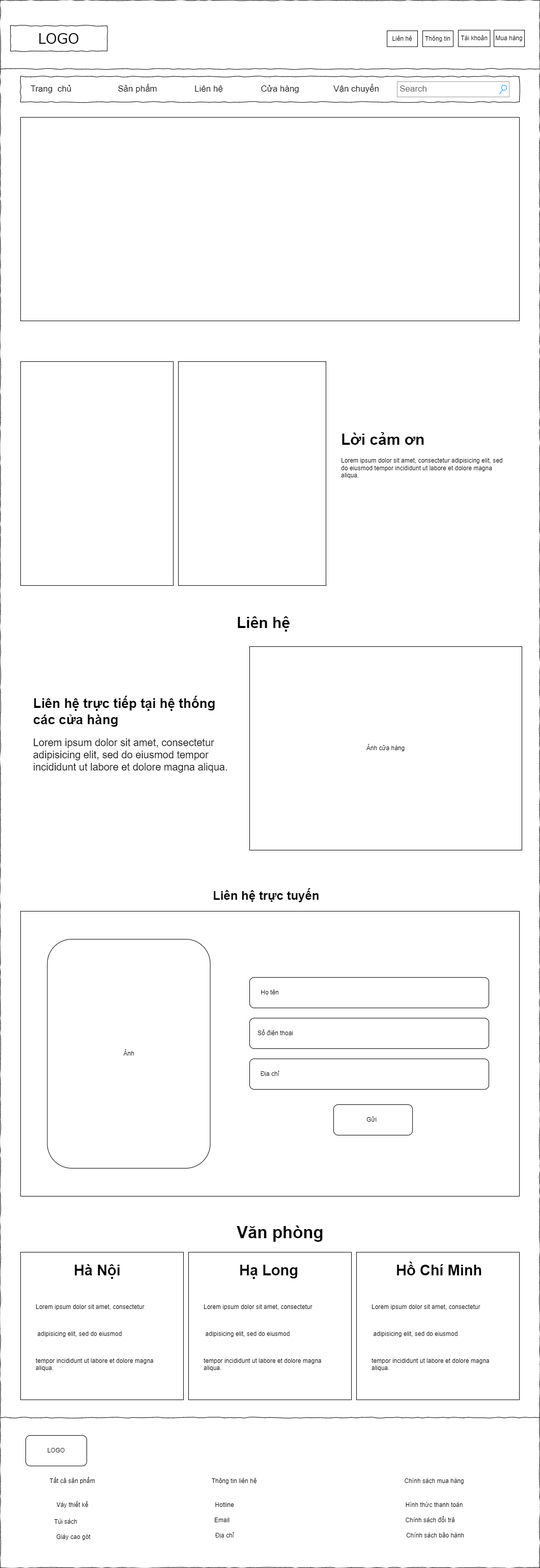
Before: Image/Contect.WEB.png, a diagram exported from draw.io (anhktnph36088/WEB106_anhktn). Source tidied: cells renumbered, new cells last; positions are measured from the earlier drawing's top-left corner, leaving out a move shared by most shapes.
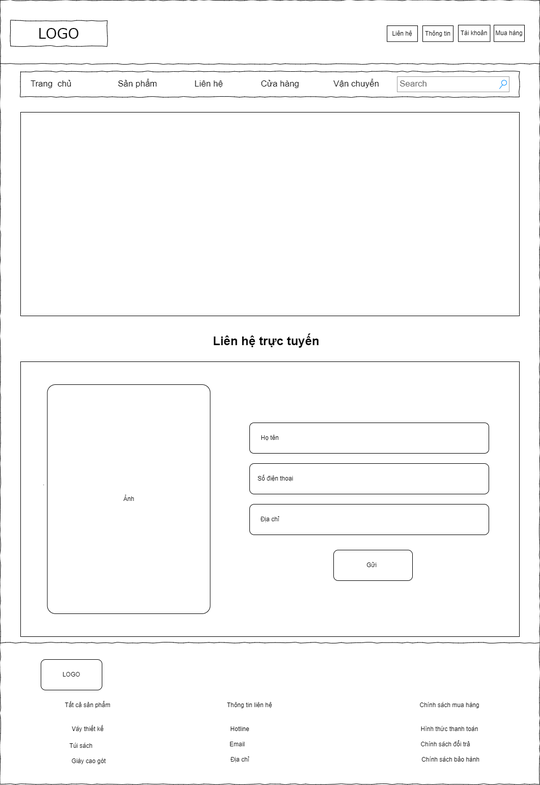
The same diagram one commit later.

Diff of the diagram source:
```diff
@@ -3,7 +3,7 @@
     <mxCell id="0" />
     <mxCell id="1" parent="0" />
     <mxCell id="2" style="whiteSpace=wrap;html=1;rounded=0;shadow=0;labelBackgroundColor=none;strokeColor=#000000;strokeWidth=1;fillColor=none;fontFamily=Verdana;fontSize=12;fontColor=#000000;align=center;comic=1;" parent="1" vertex="1">
-      <mxGeometry width="1060" height="3080" as="geometry" />
+      <mxGeometry y="10" width="1060" height="1540" as="geometry" />
     </mxCell>
     <mxCell id="3" value="LOGO" style="whiteSpace=wrap;html=1;rounded=0;shadow=0;labelBackgroundColor=none;strokeWidth=1;fontFamily=Verdana;fontSize=28;align=center;comic=1;" parent="1" vertex="1">
       <mxGeometry x="20" y="50" width="190" height="50" as="geometry" />
@@ -36,83 +36,38 @@
       <mxGeometry x="40" y="230" width="980" height="400" as="geometry" />
     </mxCell>
     <mxCell id="13" style="line;strokeWidth=1;html=1;rounded=0;shadow=0;labelBackgroundColor=none;fillColor=none;fontFamily=Verdana;fontSize=14;fontColor=#000000;align=center;comic=1;" parent="1" vertex="1">
-      <mxGeometry y="2630" width="1060" height="310" as="geometry" />
+      <mxGeometry y="1117" width="1060" height="310" as="geometry" />
     </mxCell>
-    <mxCell id="14" style="rounded=0;whiteSpace=wrap;html=1;" parent="1" vertex="1">
-      <mxGeometry x="40" y="710" width="300" height="440" as="geometry" />
-    </mxCell>
-    <mxCell id="15" style="rounded=0;whiteSpace=wrap;html=1;" parent="1" vertex="1">
-      <mxGeometry x="350" y="710" width="290" height="440" as="geometry" />
-    </mxCell>
-    <mxCell id="16" value="&lt;h1&gt;&lt;br&gt;&lt;/h1&gt;" style="text;html=1;strokeColor=none;fillColor=none;spacing=5;spacingTop=-20;whiteSpace=wrap;overflow=hidden;rounded=0;" parent="1" vertex="1">
-      <mxGeometry x="655" y="870" width="345" height="120" as="geometry" />
-    </mxCell>
-    <mxCell id="17" value="&lt;h1&gt;&lt;font style=&quot;font-size: 30px;&quot;&gt;Liên hệ&lt;/font&gt;&lt;/h1&gt;" style="text;html=1;strokeColor=none;fillColor=none;spacing=5;spacingTop=-20;whiteSpace=wrap;overflow=hidden;rounded=0;" parent="1" vertex="1">
-      <mxGeometry x="460" y="1200" width="162.5" height="50" as="geometry" />
-    </mxCell>
-    <mxCell id="18" value="Ảnh cửa hàng" style="rounded=0;whiteSpace=wrap;html=1;" parent="1" vertex="1">
-      <mxGeometry x="490" y="1270" width="535" height="400" as="geometry" />
-    </mxCell>
     <mxCell id="19" style="rounded=0;whiteSpace=wrap;html=1;" parent="1" vertex="1">
-      <mxGeometry x="40" y="1790" width="980" height="560" as="geometry" />
+      <mxGeometry x="40" y="720" width="980" height="540" as="geometry" />
     </mxCell>
-    <mxCell id="20" value="Ảnh" style="rounded=1;whiteSpace=wrap;html=1;" parent="1" vertex="1">
-      <mxGeometry x="92.5" y="1845" width="320" height="450" as="geometry" />
+    <mxCell id="20" value="Ảnh" style="rounded=1;whiteSpace=wrap;html=1;arcSize=5;" parent="1" vertex="1">
+      <mxGeometry x="92.5" y="765" width="320" height="450" as="geometry" />
     </mxCell>
-    <mxCell id="21" style="rounded=1;whiteSpace=wrap;html=1;" parent="1" vertex="1">
-      <mxGeometry x="490" y="1920" width="470" height="60" as="geometry" />
+    <mxCell id="21" style="rounded=1;whiteSpace=wrap;html=1;arcSize=14;" parent="1" vertex="1">
+      <mxGeometry x="490" y="840" width="470" height="60" as="geometry" />
     </mxCell>
     <mxCell id="22" style="rounded=1;whiteSpace=wrap;html=1;" parent="1" vertex="1">
-      <mxGeometry x="655" y="2170" width="155" height="60" as="geometry" />
+      <mxGeometry x="655" y="1090" width="155" height="60" as="geometry" />
     </mxCell>
     <mxCell id="23" style="rounded=1;whiteSpace=wrap;html=1;" parent="1" vertex="1">
-      <mxGeometry x="490" y="2080" width="470" height="60" as="geometry" />
+      <mxGeometry x="490" y="1000" width="470" height="60" as="geometry" />
     </mxCell>
     <mxCell id="24" style="rounded=1;whiteSpace=wrap;html=1;" parent="1" vertex="1">
-      <mxGeometry x="490" y="2000" width="470" height="60" as="geometry" />
+      <mxGeometry x="490" y="920" width="470" height="60" as="geometry" />
     </mxCell>
     <mxCell id="25" value="Họ tên" style="text;html=1;strokeColor=none;fillColor=none;align=center;verticalAlign=middle;whiteSpace=wrap;rounded=0;" parent="1" vertex="1">
-      <mxGeometry x="500" y="1935" width="60" height="30" as="geometry" />
+      <mxGeometry x="500" y="855" width="60" height="30" as="geometry" />
     </mxCell>
     <mxCell id="26" value="Địa chỉ" style="text;html=1;strokeColor=none;fillColor=none;align=center;verticalAlign=middle;whiteSpace=wrap;rounded=0;" parent="1" vertex="1">
-      <mxGeometry x="500" y="2095" width="60" height="30" as="geometry" />
+      <mxGeometry x="500" y="1015" width="60" height="30" as="geometry" />
     </mxCell>
     <mxCell id="27" value="Số điện thoại" style="text;html=1;strokeColor=none;fillColor=none;align=center;verticalAlign=middle;whiteSpace=wrap;rounded=0;" parent="1" vertex="1">
-      <mxGeometry x="476.2" y="2015" width="130" height="30" as="geometry" />
+      <mxGeometry x="476.2" y="935" width="130" height="30" as="geometry" />
     </mxCell>
     <mxCell id="28" value="Gửi" style="text;html=1;strokeColor=none;fillColor=none;align=center;verticalAlign=middle;whiteSpace=wrap;rounded=0;" parent="1" vertex="1">
-      <mxGeometry x="700" y="2185" width="60" height="30" as="geometry" />
+      <mxGeometry x="700" y="1105" width="60" height="30" as="geometry" />
     </mxCell>
-    <mxCell id="29" style="rounded=0;whiteSpace=wrap;html=1;" parent="1" vertex="1">
-      <mxGeometry x="40" y="2460" width="320" height="290" as="geometry" />
-    </mxCell>
-    <mxCell id="30" style="rounded=0;whiteSpace=wrap;html=1;" parent="1" vertex="1">
-      <mxGeometry x="700" y="2460" width="320" height="290" as="geometry" />
-    </mxCell>
-    <mxCell id="31" style="rounded=0;whiteSpace=wrap;html=1;" parent="1" vertex="1">
-      <mxGeometry x="370" y="2460" width="320" height="290" as="geometry" />
-    </mxCell>
-    <mxCell id="32" value="&lt;h1&gt;&lt;br&gt;&lt;/h1&gt;&lt;p&gt;Lorem ipsum dolor sit amet, consectetur&lt;/p&gt;&lt;p&gt;&lt;br&gt;&lt;/p&gt;&lt;p&gt;&amp;nbsp;adipisicing elit, sed do eiusmod&amp;nbsp;&lt;/p&gt;&lt;p&gt;&lt;br&gt;&lt;/p&gt;&lt;p&gt;tempor incididunt ut labore et dolore magna aliqua.&lt;/p&gt;" style="text;html=1;strokeColor=none;fillColor=none;spacing=5;spacingTop=-20;whiteSpace=wrap;overflow=hidden;rounded=0;" parent="1" vertex="1">
-      <mxGeometry x="65" y="2510" width="270" height="230" as="geometry" />
-    </mxCell>
-    <mxCell id="33" value="&lt;h1&gt;&lt;br&gt;&lt;/h1&gt;&lt;p&gt;Lorem ipsum dolor sit amet, consectetur&lt;/p&gt;&lt;p&gt;&lt;br&gt;&lt;/p&gt;&lt;p&gt;&amp;nbsp;adipisicing elit, sed do eiusmod&amp;nbsp;&lt;/p&gt;&lt;p&gt;&lt;br&gt;&lt;/p&gt;&lt;p&gt;tempor incididunt ut labore et dolore magna aliqua.&lt;/p&gt;" style="text;html=1;strokeColor=none;fillColor=none;spacing=5;spacingTop=-20;whiteSpace=wrap;overflow=hidden;rounded=0;" parent="1" vertex="1">
-      <mxGeometry x="725" y="2510" width="270" height="230" as="geometry" />
-    </mxCell>
-    <mxCell id="34" value="&lt;h1&gt;&lt;br&gt;&lt;/h1&gt;&lt;p&gt;Lorem ipsum dolor sit amet, consectetur&lt;/p&gt;&lt;p&gt;&lt;br&gt;&lt;/p&gt;&lt;p&gt;&amp;nbsp;adipisicing elit, sed do eiusmod&amp;nbsp;&lt;/p&gt;&lt;p&gt;&lt;br&gt;&lt;/p&gt;&lt;p&gt;tempor incididunt ut labore et dolore magna aliqua.&lt;/p&gt;" style="text;html=1;strokeColor=none;fillColor=none;spacing=5;spacingTop=-20;whiteSpace=wrap;overflow=hidden;rounded=0;" parent="1" vertex="1">
-      <mxGeometry x="395" y="2510" width="270" height="230" as="geometry" />
-    </mxCell>
-    <mxCell id="35" value="&lt;h1 style=&quot;font-size: 29px;&quot;&gt;Hà Nội&lt;/h1&gt;" style="text;html=1;strokeColor=none;fillColor=none;spacing=5;spacingTop=-20;whiteSpace=wrap;overflow=hidden;rounded=0;" parent="1" vertex="1">
-      <mxGeometry x="140" y="2470" width="190" height="120" as="geometry" />
-    </mxCell>
-    <mxCell id="36" value="&lt;h1 style=&quot;font-size: 29px;&quot;&gt;Hồ Chí Minh&lt;/h1&gt;" style="text;html=1;strokeColor=none;fillColor=none;spacing=5;spacingTop=-20;whiteSpace=wrap;overflow=hidden;rounded=0;" parent="1" vertex="1">
-      <mxGeometry x="772.5" y="2470" width="190" height="80" as="geometry" />
-    </mxCell>
-    <mxCell id="37" value="&lt;h1 style=&quot;font-size: 29px;&quot;&gt;Hạ Long&lt;/h1&gt;" style="text;html=1;strokeColor=none;fillColor=none;spacing=5;spacingTop=-20;whiteSpace=wrap;overflow=hidden;rounded=0;" parent="1" vertex="1">
-      <mxGeometry x="465" y="2470" width="190" height="120" as="geometry" />
-    </mxCell>
-    <mxCell id="38" value="&lt;h1 style=&quot;font-size: 33px;&quot;&gt;Văn phòng&amp;nbsp;&lt;/h1&gt;" style="text;html=1;strokeColor=none;fillColor=none;spacing=5;spacingTop=-20;whiteSpace=wrap;overflow=hidden;rounded=0;" parent="1" vertex="1">
-      <mxGeometry x="460" y="2390" width="370" height="60" as="geometry" />
-    </mxCell>
     <mxCell id="39" value="Tài khoản" style="rounded=0;whiteSpace=wrap;html=1;" parent="1" vertex="1">
       <mxGeometry x="900" y="58.8" width="62.5" height="32.5" as="geometry" />
     </mxCell>
@@ -125,56 +80,50 @@
     <mxCell id="42" value="Liên hệ" style="rounded=0;whiteSpace=wrap;html=1;" parent="1" vertex="1">
       <mxGeometry x="760" y="60" width="60" height="31.2" as="geometry" />
     </mxCell>
-    <mxCell id="43" value="&lt;h1&gt;&lt;font style=&quot;font-size: 30px;&quot;&gt;Lời cảm ơn&lt;/font&gt;&lt;/h1&gt;&lt;p&gt;Lorem ipsum dolor sit amet, consectetur adipisicing elit, sed do eiusmod tempor incididunt ut labore et dolore magna aliqua.&lt;/p&gt;" style="text;html=1;strokeColor=none;fillColor=none;spacing=5;spacingTop=-20;whiteSpace=wrap;overflow=hidden;rounded=0;" parent="1" vertex="1">
-      <mxGeometry x="665" y="840" width="340" height="120" as="geometry" />
-    </mxCell>
     <mxCell id="44" value="&lt;h1&gt;&lt;span style=&quot;background-color: initial; font-size: 12px; font-weight: normal;&quot;&gt;.&lt;/span&gt;&lt;br&gt;&lt;/h1&gt;" style="text;html=1;strokeColor=none;fillColor=none;spacing=5;spacingTop=-20;whiteSpace=wrap;overflow=hidden;rounded=0;" parent="1" vertex="1">
-      <mxGeometry x="79" y="1390" width="347" height="120" as="geometry" />
+      <mxGeometry x="79" y="935" width="347" height="120" as="geometry" />
     </mxCell>
-    <mxCell id="45" value="&lt;h1 style=&quot;font-size: 26px;&quot;&gt;&lt;font style=&quot;font-size: 26px;&quot;&gt;Liên hệ trực tiếp tại hệ thống các cửa hàng&lt;/font&gt;&lt;/h1&gt;&lt;p style=&quot;&quot;&gt;&lt;font style=&quot;font-size: 20px;&quot;&gt;Lorem ipsum dolor sit amet, consectetur adipisicing elit, sed do eiusmod tempor incididunt ut labore et dolore magna aliqua.&lt;/font&gt;&lt;/p&gt;" style="text;html=1;strokeColor=none;fillColor=none;spacing=5;spacingTop=-20;whiteSpace=wrap;overflow=hidden;rounded=0;" parent="1" vertex="1">
-      <mxGeometry x="60" y="1360" width="405" height="210" as="geometry" />
-    </mxCell>
     <mxCell id="46" value="&lt;h1&gt;Liên hệ trực tuyến&lt;/h1&gt;" style="text;html=1;strokeColor=none;fillColor=none;spacing=5;spacingTop=-20;whiteSpace=wrap;overflow=hidden;rounded=0;" parent="1" vertex="1">
-      <mxGeometry x="412.5" y="1740" width="470" height="60" as="geometry" />
+      <mxGeometry x="412.5" y="660" width="470" height="60" as="geometry" />
     </mxCell>
     <mxCell id="47" value="LOGO" style="rounded=1;whiteSpace=wrap;html=1;" parent="1" vertex="1">
-      <mxGeometry x="50" y="2820" width="120" height="60" as="geometry" />
+      <mxGeometry x="80" y="1305" width="120" height="60" as="geometry" />
     </mxCell>
     <mxCell id="48" value="Thông tin liên hệ" style="text;html=1;strokeColor=none;fillColor=none;align=center;verticalAlign=middle;whiteSpace=wrap;rounded=0;" parent="1" vertex="1">
-      <mxGeometry x="394.5" y="2895" width="130" height="30" as="geometry" />
+      <mxGeometry x="424.5" y="1380" width="130" height="30" as="geometry" />
     </mxCell>
     <mxCell id="49" value="Chính sách mua hàng" style="text;html=1;strokeColor=none;fillColor=none;align=center;verticalAlign=middle;whiteSpace=wrap;rounded=0;" parent="1" vertex="1">
-      <mxGeometry x="788" y="2895" width="130" height="30" as="geometry" />
+      <mxGeometry x="818" y="1380" width="130" height="30" as="geometry" />
     </mxCell>
     <mxCell id="50" value="Địa chỉ" style="text;html=1;strokeColor=none;fillColor=none;align=center;verticalAlign=middle;whiteSpace=wrap;rounded=0;" parent="1" vertex="1">
-      <mxGeometry x="376" y="3002" width="130" height="30" as="geometry" />
+      <mxGeometry x="406" y="1487" width="130" height="30" as="geometry" />
     </mxCell>
     <mxCell id="51" value="Email" style="text;html=1;strokeColor=none;fillColor=none;align=center;verticalAlign=middle;whiteSpace=wrap;rounded=0;" parent="1" vertex="1">
-      <mxGeometry x="401" y="2972" width="70" height="30" as="geometry" />
+      <mxGeometry x="431" y="1457" width="70" height="30" as="geometry" />
     </mxCell>
     <mxCell id="52" value="Hotline" style="text;html=1;strokeColor=none;fillColor=none;align=center;verticalAlign=middle;whiteSpace=wrap;rounded=0;" parent="1" vertex="1">
-      <mxGeometry x="376" y="2942" width="130" height="30" as="geometry" />
+      <mxGeometry x="406" y="1427" width="130" height="30" as="geometry" />
     </mxCell>
     <mxCell id="53" value="Hình thức thanh toán" style="text;html=1;strokeColor=none;fillColor=none;align=center;verticalAlign=middle;whiteSpace=wrap;rounded=0;" parent="1" vertex="1">
-      <mxGeometry x="778" y="2942" width="150" height="30" as="geometry" />
+      <mxGeometry x="808" y="1427" width="150" height="30" as="geometry" />
     </mxCell>
     <mxCell id="54" value="Chính sách đổi trả" style="text;html=1;strokeColor=none;fillColor=none;align=center;verticalAlign=middle;whiteSpace=wrap;rounded=0;" parent="1" vertex="1">
-      <mxGeometry x="770" y="2972" width="150" height="30" as="geometry" />
+      <mxGeometry x="800" y="1457" width="150" height="30" as="geometry" />
     </mxCell>
     <mxCell id="55" value="Chính sách bảo hành&lt;br&gt;" style="text;html=1;strokeColor=none;fillColor=none;align=center;verticalAlign=middle;whiteSpace=wrap;rounded=0;" parent="1" vertex="1">
-      <mxGeometry x="780" y="3002" width="150" height="30" as="geometry" />
+      <mxGeometry x="810" y="1487" width="150" height="30" as="geometry" />
     </mxCell>
     <mxCell id="56" value="Tất cả sản phẩm" style="text;html=1;strokeColor=none;fillColor=none;align=center;verticalAlign=middle;whiteSpace=wrap;rounded=0;" parent="1" vertex="1">
-      <mxGeometry x="52.5" y="2895" width="177.5" height="30" as="geometry" />
+      <mxGeometry x="82.5" y="1380" width="177.5" height="30" as="geometry" />
     </mxCell>
     <mxCell id="57" value="Váy thiết kế" style="text;html=1;strokeColor=none;fillColor=none;align=center;verticalAlign=middle;whiteSpace=wrap;rounded=0;" parent="1" vertex="1">
-      <mxGeometry x="52.5" y="2942" width="177.5" height="30" as="geometry" />
+      <mxGeometry x="82.5" y="1427" width="177.5" height="30" as="geometry" />
     </mxCell>
     <mxCell id="58" value="Túi sách" style="text;html=1;strokeColor=none;fillColor=none;align=center;verticalAlign=middle;whiteSpace=wrap;rounded=0;" parent="1" vertex="1">
-      <mxGeometry x="40" y="2975" width="177.5" height="30" as="geometry" />
+      <mxGeometry x="70" y="1460" width="177.5" height="30" as="geometry" />
     </mxCell>
     <mxCell id="59" value="Giày cao gót" style="text;html=1;strokeColor=none;fillColor=none;align=center;verticalAlign=middle;whiteSpace=wrap;rounded=0;" parent="1" vertex="1">
-      <mxGeometry x="55" y="3005" width="177.5" height="30" as="geometry" />
+      <mxGeometry x="85" y="1490" width="177.5" height="30" as="geometry" />
     </mxCell>
   </root>
 </mxGraphModel>
```
